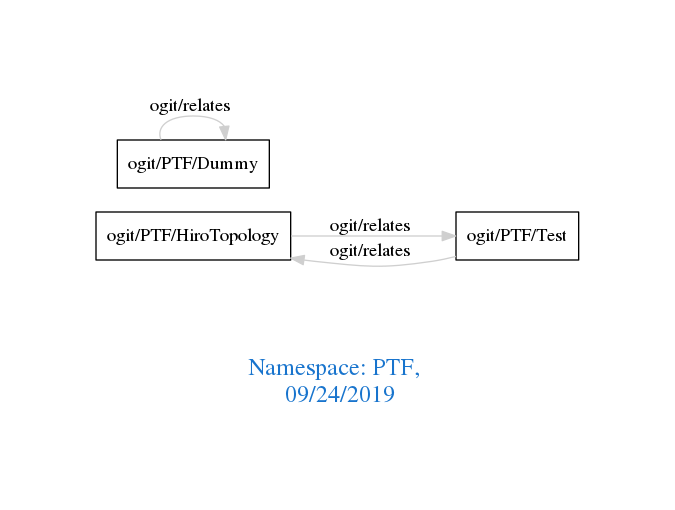
The Graphviz diagram downloads/PTF.png in arago/OGIT, before a commit. Its source is kept beside it as downloads/PTF.dot.
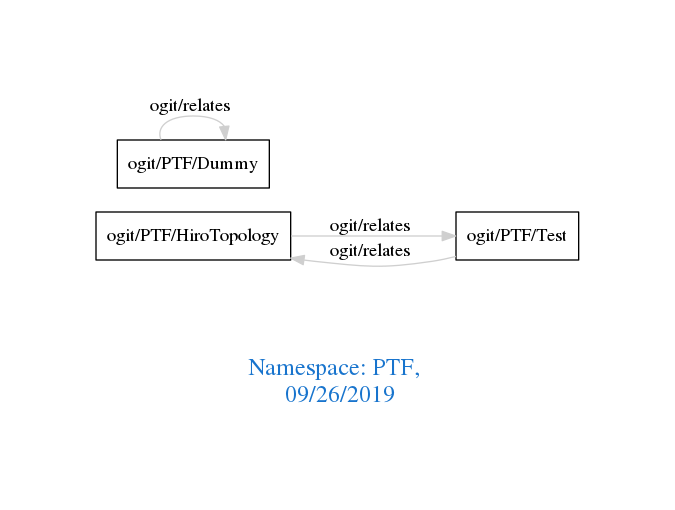
After the change.

Diff of the diagram source:
```diff
@@ -1,7 +1,7 @@
 digraph OGIT_ontology {
  graph [ rankdir= LR,pad=1
 fontsize = 18,
-fontcolor= dodgerblue3,label = "\n\n\nNamespace: PTF, \n 09/24/2019"];
+fontcolor= dodgerblue3,label = "\n\n\nNamespace: PTF, \n 09/26/2019"];
 node[shape=polygon];
 edge [  color="gray81"];
 
```
